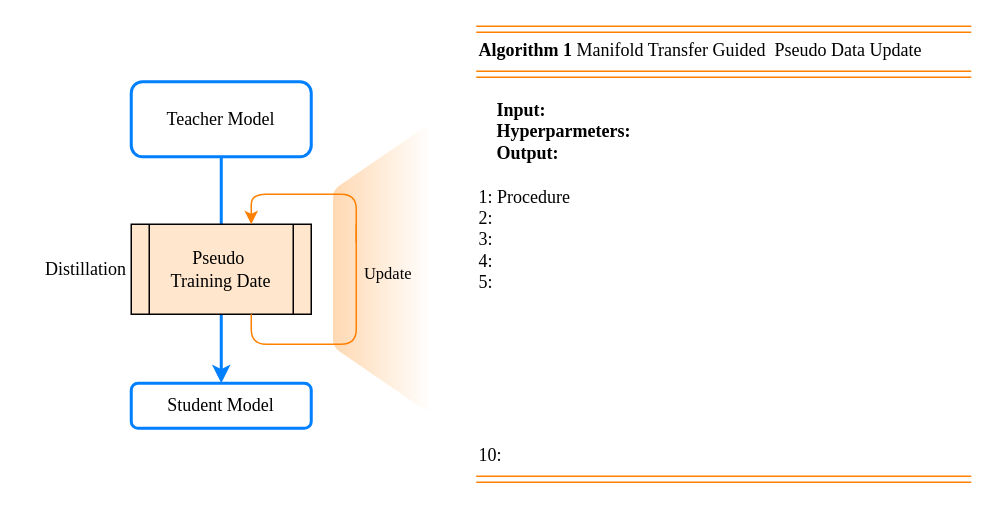
Above: model_arch.drawio in zongshuai818/draw.io (draw.io), before the change. Source tidied: cells renumbered, new cells numbered last; positions are measured from the earlier drawing's top-left corner, leaving out a move shared by most shapes. Both pictures are drawn from the tidied source at 150%, with x=0, y=0 at pixel (26, 28).
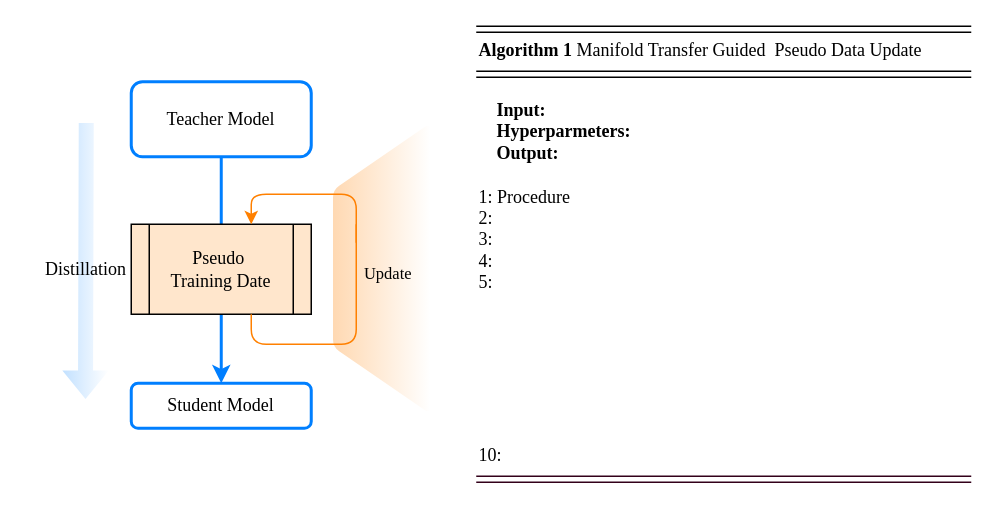
Above is the later version.

Unchanged cells that the change refers to:
```xml
<mxCell id="2" value="&lt;font face=&quot;Times New Roman&quot;&gt;&lt;b&gt;Algorithm 1&lt;/b&gt;&amp;nbsp;Manifold Transfer Guided&amp;nbsp;&amp;nbsp;&lt;/font&gt;&lt;span style=&quot;font-family: &amp;#34;times new roman&amp;#34; ; text-align: center&quot;&gt;Pseudo Data Update&lt;/span&gt;" style="text;whiteSpace=wrap;html=1;" parent="1" vertex="1">
  <mxGeometry x="300" width="330" height="30" as="geometry" />
</mxCell>
<mxCell id="8" style="group;" parent="1" vertex="1">
  <mxGeometry y="20" width="220" height="255" as="geometry" />
</mxCell>
```

The edit, as a diff of the source:
```diff
@@
-    <mxCell id="3" style="shape=link;html=1;startArrow=none;startFill=0;endArrow=none;endFill=0;strokeColor=#FF8000;entryX=1;entryY=0;entryDx=0;entryDy=0;" parent="1" edge="1" target="2">
+    <mxCell id="3" style="shape=link;html=1;startArrow=none;startFill=0;endArrow=none;endFill=0;entryX=1;entryY=0;entryDx=0;entryDy=0;" parent="1" edge="1" target="2">
       <mxGeometry relative="1" as="geometry">
         <mxPoint x="300" as="sourcePoint" />
       </mxGeometry>
     </mxCell>
-    <mxCell id="4" style="shape=link;html=1;startArrow=none;startFill=0;endArrow=none;endFill=0;strokeColor=#FF8000;entryX=1;entryY=0;entryDx=0;entryDy=0;" parent="1" edge="1">
+    <mxCell id="4" style="shape=link;html=1;startArrow=none;startFill=0;endArrow=none;endFill=0;entryX=1;entryY=0;entryDx=0;entryDy=0;" parent="1" edge="1">
       <mxGeometry relative="1" as="geometry">
         <mxPoint x="300" y="30" as="sourcePoint" />
         <mxPoint x="630" y="30" as="targetPoint" />
       </mxGeometry>
     </mxCell>
-    <mxCell id="5" style="shape=link;html=1;startArrow=none;startFill=0;endArrow=none;endFill=0;strokeColor=#FF8000;entryX=1;entryY=0;entryDx=0;entryDy=0;" parent="1" edge="1">
+    <mxCell id="5" style="shape=link;html=1;startArrow=none;startFill=0;endArrow=none;endFill=0;entryX=1;entryY=0;entryDx=0;entryDy=0;strokeColor=#33001A;" parent="1" edge="1">
       <mxGeometry relative="1" as="geometry">
         <mxPoint x="300" y="300" as="sourcePoint" />
         <mxPoint x="630" y="300" as="targetPoint" />
       </mxGeometry>
     </mxCell>
@@
+    <mxCell id="17" style="shape=flexArrow;endArrow=classic;html=1;opacity=60;strokeColor=none;fillColor=#99CCFF;gradientColor=#ffffff;gradientDirection=east;" parent="8" edge="1">
+      <mxGeometry relative="1" as="geometry">
+        <mxPoint x="40" y="42" as="sourcePoint" />
+        <mxPoint x="39.5" y="227" as="targetPoint" />
+      </mxGeometry>
+    </mxCell>
```
